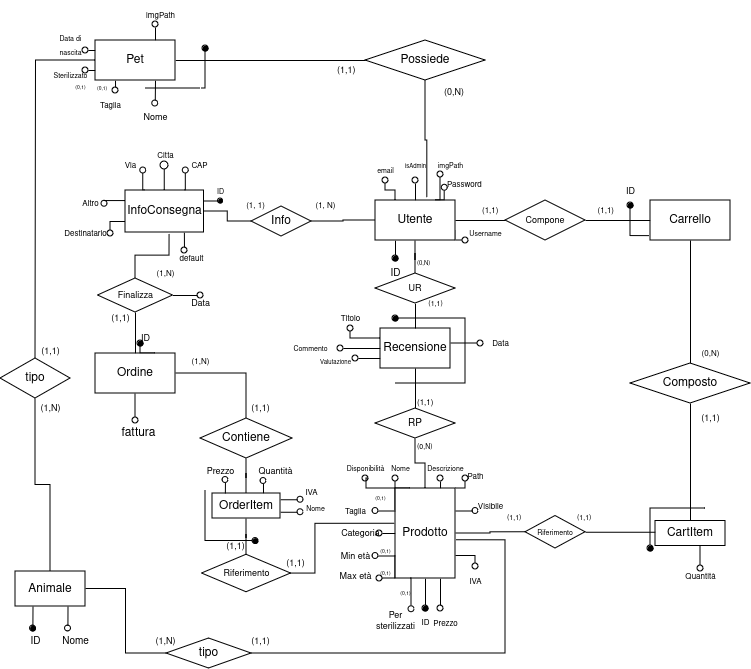
Above: Documenti/DrawIo&Images/DarwinShopNormalized.png in NumberZeroo/TSW_Proj (draw.io), before the change. Source tidied: cells renumbered, new cells last; positions are measured from the earlier drawing's top-left corner, leaving out a move shared by most shapes.
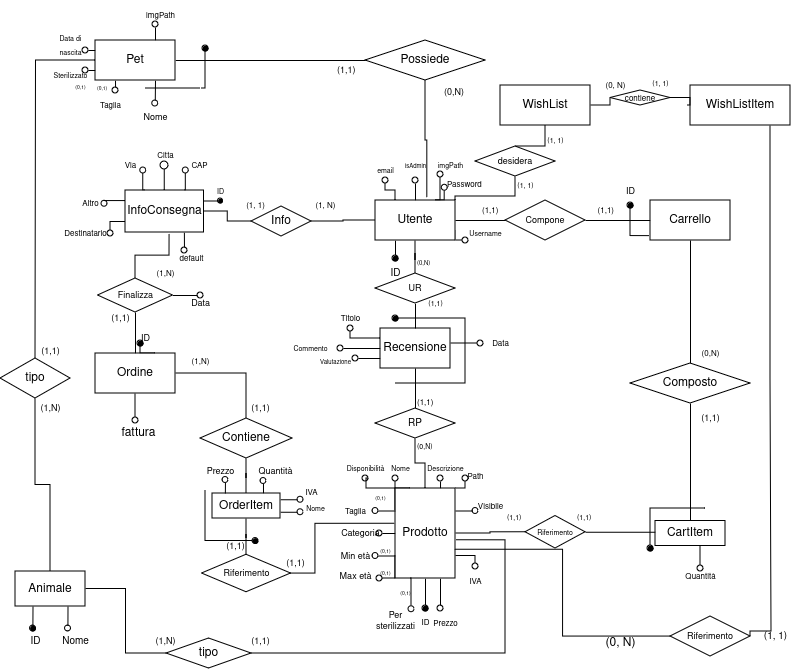
Above is the later version.

What changed in the source:
```diff
@@ -42,6 +42,14 @@
     <mxCell id="8" style="edgeStyle=orthogonalEdgeStyle;rounded=0;jettySize=auto;html=1;entryX=0.5;entryY=0;entryDx=0;entryDy=0;endArrow=none;endFill=0;" parent="1" edge="1" source="9" target="107">
       <mxGeometry relative="1" as="geometry" />
     </mxCell>
+    <mxCell id="176" style="edgeStyle=orthogonalEdgeStyle;rounded=0;jettySize=auto;html=1;exitX=1;exitY=0;exitDx=0;exitDy=0;entryX=0.5;entryY=1;entryDx=0;entryDy=0;endArrow=none;endFill=0;" parent="1" edge="1" source="9" target="182">
+      <mxGeometry relative="1" as="geometry">
+        <Array as="points">
+          <mxPoint x="455" y="196" />
+          <mxPoint x="515" y="196" />
+        </Array>
+      </mxGeometry>
+    </mxCell>
     <mxCell id="9" value="Utente" style="whiteSpace=wrap;html=1;align=center;" parent="1" vertex="1">
       <mxGeometry x="375" y="200" width="80" height="40" as="geometry" />
     </mxCell>
@@ -670,5 +678,60 @@
     <mxCell id="175" value="&lt;font style=&quot;font-size: 7px;&quot;&gt;Nome&lt;/font&gt;" style="text;html=1;align=center;verticalAlign=middle;strokeColor=none;fillColor=none;" parent="1" vertex="1">
       <mxGeometry x="295" y="493" width="40" height="30" as="geometry" />
     </mxCell>
+    <mxCell id="177" style="edgeStyle=orthogonalEdgeStyle;rounded=0;jettySize=auto;html=1;entryX=0;entryY=0.5;entryDx=0;entryDy=0;endArrow=none;endFill=0;" parent="1" edge="1" source="178" target="185">
+      <mxGeometry relative="1" as="geometry" />
+    </mxCell>
+    <mxCell id="178" value="WishList" style="whiteSpace=wrap;html=1;" parent="1" vertex="1">
+      <mxGeometry x="500" y="85" width="90" height="40" as="geometry" />
+    </mxCell>
+    <mxCell id="179" style="edgeStyle=orthogonalEdgeStyle;rounded=0;jettySize=auto;html=1;endArrow=none;endFill=0;entryX=1;entryY=0.5;entryDx=0;entryDy=0;" parent="1" edge="1" source="180" target="187">
+      <mxGeometry relative="1" as="geometry">
+        <Array as="points">
+          <mxPoint x="770" y="378" />
+          <mxPoint x="771" y="378" />
+          <mxPoint x="771" y="631" />
+          <mxPoint x="750" y="631" />
+        </Array>
+      </mxGeometry>
+    </mxCell>
+    <mxCell id="180" value="&lt;div&gt;WishListItem&lt;/div&gt;" style="whiteSpace=wrap;html=1;" parent="1" vertex="1">
+      <mxGeometry x="690" y="85" width="100" height="40" as="geometry" />
+    </mxCell>
+    <mxCell id="181" style="edgeStyle=orthogonalEdgeStyle;rounded=0;jettySize=auto;html=1;exitX=0.5;exitY=0;exitDx=0;exitDy=0;entryX=0.5;entryY=1;entryDx=0;entryDy=0;endArrow=none;endFill=0;" parent="1" edge="1" source="182" target="178">
+      <mxGeometry relative="1" as="geometry" />
+    </mxCell>
+    <mxCell id="182" value="&lt;font style=&quot;font-size: 9px;&quot;&gt;desidera&lt;/font&gt;" style="rhombus;whiteSpace=wrap;html=1;" parent="1" vertex="1">
+      <mxGeometry x="475" y="146" width="80" height="30" as="geometry" />
+    </mxCell>
+    <mxCell id="183" value="&lt;font style=&quot;font-size: 7px;&quot;&gt;(1, 1)&lt;br&gt;&lt;/font&gt;" style="text;html=1;align=center;verticalAlign=middle;strokeColor=none;fillColor=none;" parent="1" vertex="1">
+      <mxGeometry x="505" y="170" width="40" height="30" as="geometry" />
+    </mxCell>
+    <mxCell id="184" value="&lt;font style=&quot;font-size: 7px;&quot;&gt;(1, 1)&lt;br&gt;&lt;/font&gt;" style="text;html=1;align=center;verticalAlign=middle;strokeColor=none;fillColor=none;" parent="1" vertex="1">
+      <mxGeometry x="535" y="125" width="40" height="30" as="geometry" />
+    </mxCell>
+    <mxCell id="185" value="&lt;font style=&quot;font-size: 8px;&quot;&gt;contiene&lt;/font&gt;" style="rhombus;whiteSpace=wrap;html=1;" parent="1" vertex="1">
+      <mxGeometry x="610" y="90" width="60" height="15" as="geometry" />
+    </mxCell>
+    <mxCell id="186" style="edgeStyle=orthogonalEdgeStyle;rounded=0;jettySize=auto;html=1;entryX=-0.034;entryY=0.5;entryDx=0;entryDy=0;entryPerimeter=0;endArrow=none;endFill=0;" parent="1" edge="1" source="185" target="180">
+      <mxGeometry relative="1" as="geometry" />
+    </mxCell>
+    <mxCell id="187" value="&lt;font style=&quot;font-size: 9px;&quot;&gt;Riferimento&lt;/font&gt;" style="rhombus;whiteSpace=wrap;html=1;" parent="1" vertex="1">
+      <mxGeometry x="670" y="616" width="80" height="40" as="geometry" />
+    </mxCell>
+    <mxCell id="188" style="edgeStyle=orthogonalEdgeStyle;rounded=0;jettySize=auto;html=1;entryX=0.991;entryY=0.68;entryDx=0;entryDy=0;entryPerimeter=0;endArrow=none;endFill=0;" parent="1" edge="1" source="187" target="40">
+      <mxGeometry relative="1" as="geometry" />
+    </mxCell>
+    <mxCell id="189" value="&lt;font style=&quot;font-size: 8px;&quot;&gt;(0, N)&lt;/font&gt;" style="text;html=1;align=center;verticalAlign=middle;strokeColor=none;fillColor=none;" parent="1" vertex="1">
+      <mxGeometry x="595" y="70" width="40" height="30" as="geometry" />
+    </mxCell>
+    <mxCell id="190" value="&lt;font style=&quot;font-size: 7px;&quot;&gt;(1, 1)&lt;br&gt;&lt;/font&gt;" style="text;html=1;align=center;verticalAlign=middle;strokeColor=none;fillColor=none;" parent="1" vertex="1">
+      <mxGeometry x="640" y="68" width="40" height="30" as="geometry" />
+    </mxCell>
+    <mxCell id="191" value="(0, N)" style="text;html=1;align=center;verticalAlign=middle;strokeColor=none;fillColor=none;" parent="1" vertex="1">
+      <mxGeometry x="595" y="628" width="50" height="30" as="geometry" />
+    </mxCell>
+    <mxCell id="192" value="&lt;font style=&quot;font-size: 10px;&quot;&gt;(1, 1)&lt;br&gt;&lt;/font&gt;" style="text;html=1;align=center;verticalAlign=middle;strokeColor=none;fillColor=none;" parent="1" vertex="1">
+      <mxGeometry x="750" y="621" width="50" height="30" as="geometry" />
+    </mxCell>
   </root>
 </mxGraphModel>
```
